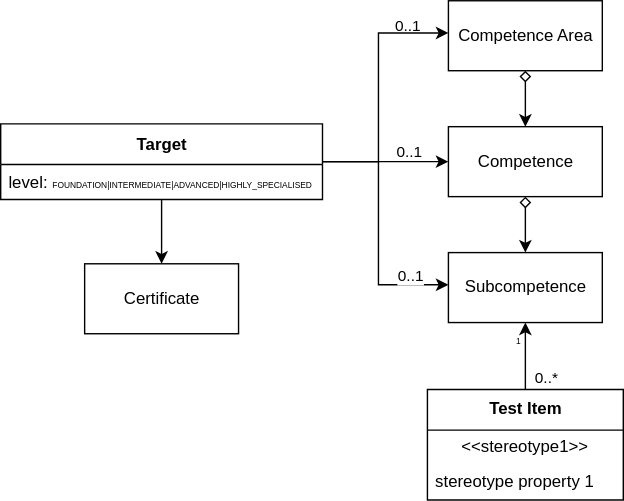
The draw.io diagram docs/assets/competences.drawio.svg in talent-digital/talentkit, before a commit. Source tidied: cells renumbered, new cells last; positions are measured from the earlier drawing's top-left corner, leaving out a move shared by most shapes.
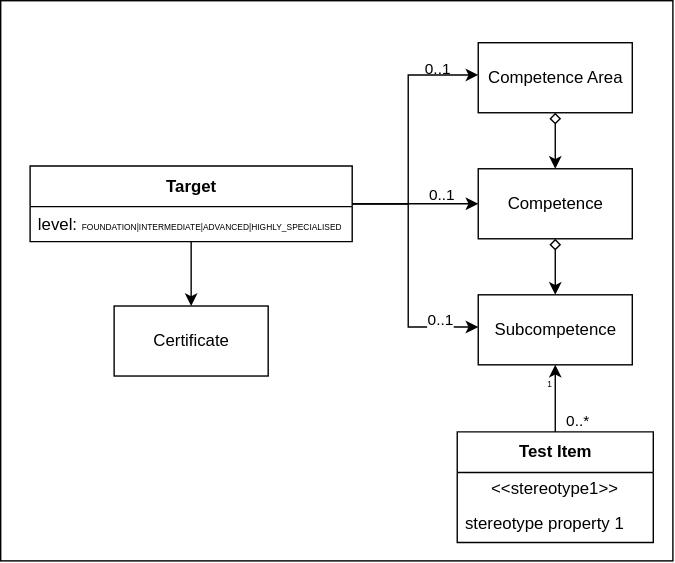
Later version of the same file.

Diff of the diagram source:
```diff
@@ -2,6 +2,9 @@
   <root>
     <mxCell id="0" />
     <mxCell id="1" parent="0" />
+    <mxCell id="23" style="rounded=0;whiteSpace=wrap;html=1;labelBackgroundColor=none;fontSize=6;" parent="1" vertex="1">
+      <mxGeometry x="-21" y="-30" width="480" height="400" as="geometry" />
+    </mxCell>
     <mxCell id="2" style="edgeStyle=orthogonalEdgeStyle;rounded=0;jettySize=auto;html=1;startArrow=none;startFill=0;" parent="1" edge="1" source="9" target="13">
       <mxGeometry relative="1" as="geometry">
         <Array as="points">
```
